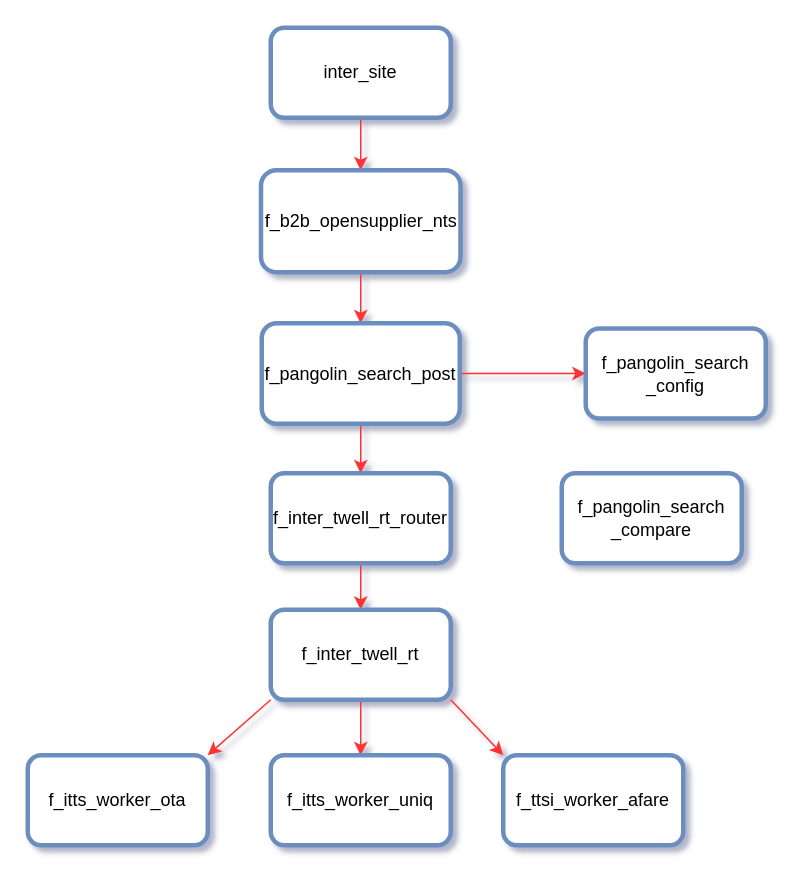
Earlier version of the draw.io diagram 国际报价.drawio (cy22-y/qunar). Source tidied: cells renumbered, new cells numbered last; positions are measured from the earlier drawing's top-left corner, leaving out a move shared by most shapes. Both pictures are drawn from the tidied source at 150%, with x=0, y=0 at pixel (27, 27).
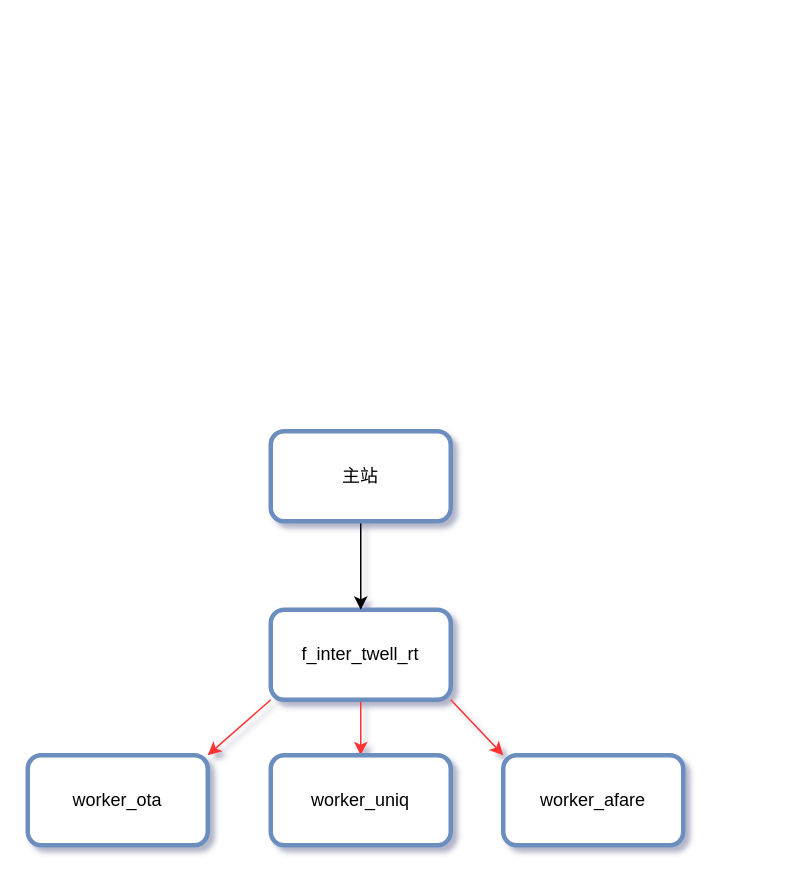
The same diagram, later.

Commit message:
更新国际报价.drawio

Diff of the diagram source:
```diff
@@
 <mxGraphModel shadow="1">
   <root>
     <mxCell id="0" />
     <mxCell id="1" parent="0" />
-    <mxCell id="2" style="edgeStyle=orthogonalEdgeStyle;rounded=1;jettySize=auto;html=1;entryX=0.5;entryY=0;entryDx=0;entryDy=0;fontSize=12;strokeColor=#FF3333;" parent="1" edge="1" source="3" target="5">
-      <mxGeometry relative="1" as="geometry" />
-    </mxCell>
-    <mxCell id="3" value="inter_site" style="rounded=1;whiteSpace=wrap;html=1;strokeWidth=3;strokeColor=#6c8ebf;fillColor=#FFFFFF;" parent="1" vertex="1">
-      <mxGeometry x="162" width="120" height="60" as="geometry" />
-    </mxCell>
-    <mxCell id="4" style="edgeStyle=orthogonalEdgeStyle;rounded=1;jettySize=auto;html=1;entryX=0.5;entryY=0;entryDx=0;entryDy=0;strokeColor=#FF3333;fontSize=12;" parent="1" edge="1" source="5" target="8">
-      <mxGeometry relative="1" as="geometry" />
-    </mxCell>
-    <mxCell id="5" value="&lt;font style=&quot;font-size: 12px;&quot;&gt;f_b2b_opensupplier_nts&lt;/font&gt;" style="rounded=1;whiteSpace=wrap;html=1;strokeWidth=3;strokeColor=#6c8ebf;fillColor=#FFFFFF;" parent="1" vertex="1">
-      <mxGeometry x="155.5" y="95" width="133" height="68" as="geometry" />
-    </mxCell>
-    <mxCell id="6" style="edgeStyle=orthogonalEdgeStyle;rounded=1;jettySize=auto;html=1;entryX=0.5;entryY=0;entryDx=0;entryDy=0;strokeColor=#FF3333;fontSize=12;" parent="1" edge="1" source="8" target="10">
-      <mxGeometry relative="1" as="geometry" />
-    </mxCell>
-    <mxCell id="7" style="edgeStyle=orthogonalEdgeStyle;rounded=0;jettySize=auto;html=1;entryX=0;entryY=0.5;entryDx=0;entryDy=0;strokeColor=#FF3333;" parent="1" edge="1" source="8" target="16">
-      <mxGeometry relative="1" as="geometry" />
-    </mxCell>
-    <mxCell id="8" value="f_pangolin_search_post" style="rounded=1;whiteSpace=wrap;html=1;strokeWidth=3;strokeColor=#6c8ebf;fillColor=#FFFFFF;" parent="1" vertex="1">
-      <mxGeometry x="156" y="197" width="132" height="67" as="geometry" />
-    </mxCell>
-    <mxCell id="9" style="edgeStyle=orthogonalEdgeStyle;rounded=1;jettySize=auto;html=1;entryX=0.5;entryY=0;entryDx=0;entryDy=0;strokeColor=#FF3333;fontSize=12;" parent="1" edge="1" source="10" target="12">
-      <mxGeometry relative="1" as="geometry" />
-    </mxCell>
-    <mxCell id="10" value="f_inter_twell_rt_router" style="rounded=1;whiteSpace=wrap;html=1;strokeWidth=3;strokeColor=#6c8ebf;fillColor=#FFFFFF;" parent="1" vertex="1">
-      <mxGeometry x="162" y="297" width="120" height="60" as="geometry" />
-    </mxCell>
-    <mxCell id="11" style="edgeStyle=orthogonalEdgeStyle;rounded=1;jettySize=auto;html=1;entryX=0.5;entryY=0;entryDx=0;entryDy=0;strokeColor=#FF3333;fontSize=12;" parent="1" edge="1" source="12" target="14">
-      <mxGeometry relative="1" as="geometry" />
-    </mxCell>
+    <mxCell id="20" style="edgeStyle=orthogonalEdgeStyle;rounded=1;jettySize=auto;html=1;entryX=0.5;entryY=0;entryDx=0;entryDy=0;strokeColor=#FF3333;fontSize=12;" parent="1" edge="1" source="12" target="22">
+      <mxGeometry relative="1" as="geometry" />
+    </mxCell>
     <mxCell id="12" value="f_inter_twell_rt" style="rounded=1;whiteSpace=wrap;html=1;strokeWidth=3;strokeColor=#6c8ebf;fillColor=#FFFFFF;" parent="1" vertex="1">
       <mxGeometry x="162" y="388" width="120" height="60" as="geometry" />
     </mxCell>
-    <mxCell id="13" value="f_itts_worker_ota" style="rounded=1;whiteSpace=wrap;html=1;strokeWidth=3;strokeColor=#6c8ebf;fillColor=#FFFFFF;" parent="1" vertex="1">
-      <mxGeometry y="485" width="120" height="60" as="geometry" />
-    </mxCell>
-    <mxCell id="14" value="f_itts_worker_uniq" style="rounded=1;whiteSpace=wrap;html=1;strokeWidth=3;strokeColor=#6c8ebf;fillColor=#FFFFFF;" parent="1" vertex="1">
-      <mxGeometry x="162" y="485" width="120" height="60" as="geometry" />
-    </mxCell>
-    <mxCell id="15" value="f_ttsi_worker_afare" style="rounded=1;whiteSpace=wrap;html=1;strokeWidth=3;strokeColor=#6c8ebf;fillColor=#FFFFFF;" parent="1" vertex="1">
-      <mxGeometry x="317" y="485" width="120" height="60" as="geometry" />
-    </mxCell>
-    <mxCell id="16" value="f_pangolin_search&lt;br&gt;_config" style="rounded=1;whiteSpace=wrap;html=1;strokeWidth=3;strokeColor=#6c8ebf;fillColor=#FFFFFF;" parent="1" vertex="1">
-      <mxGeometry x="372" y="200.5" width="120" height="60" as="geometry" />
-    </mxCell>
-    <mxCell id="17" style="endArrow=classic;html=1;rounded=0;strokeColor=#FF3333;fontSize=12;exitX=0;exitY=1;exitDx=0;exitDy=0;entryX=1;entryY=0;entryDx=0;entryDy=0;" parent="1" edge="1" source="12" target="13">
-      <mxGeometry relative="1" as="geometry" />
-    </mxCell>
-    <mxCell id="18" style="endArrow=classic;html=1;rounded=0;strokeColor=#FF3333;fontSize=12;exitX=1;exitY=1;exitDx=0;exitDy=0;entryX=0;entryY=0;entryDx=0;entryDy=0;" parent="1" edge="1" source="12" target="15">
-      <mxGeometry relative="1" as="geometry" />
-    </mxCell>
-    <mxCell id="19" value="f_pangolin_search&lt;br&gt;_compare" style="rounded=1;whiteSpace=wrap;html=1;strokeWidth=3;strokeColor=#6c8ebf;fillColor=#FFFFFF;" parent="1" vertex="1">
-      <mxGeometry x="356" y="297" width="120" height="60" as="geometry" />
-    </mxCell>
+    <mxCell id="21" value="worker_ota" style="rounded=1;whiteSpace=wrap;html=1;strokeWidth=3;strokeColor=#6c8ebf;fillColor=#FFFFFF;" parent="1" vertex="1">
+      <mxGeometry y="485" width="120" height="60" as="geometry" />
+    </mxCell>
+    <mxCell id="22" value="worker_uniq" style="rounded=1;whiteSpace=wrap;html=1;strokeWidth=3;strokeColor=#6c8ebf;fillColor=#FFFFFF;" parent="1" vertex="1">
+      <mxGeometry x="162" y="485" width="120" height="60" as="geometry" />
+    </mxCell>
+    <mxCell id="23" value="worker_afare" style="rounded=1;whiteSpace=wrap;html=1;strokeWidth=3;strokeColor=#6c8ebf;fillColor=#FFFFFF;" parent="1" vertex="1">
+      <mxGeometry x="317" y="485" width="120" height="60" as="geometry" />
+    </mxCell>
+    <mxCell id="24" style="endArrow=classic;html=1;rounded=0;strokeColor=#FF3333;fontSize=12;exitX=0;exitY=1;exitDx=0;exitDy=0;entryX=1;entryY=0;entryDx=0;entryDy=0;" parent="1" edge="1" source="12" target="21">
+      <mxGeometry relative="1" as="geometry" />
+    </mxCell>
+    <mxCell id="25" style="endArrow=classic;html=1;rounded=0;strokeColor=#FF3333;fontSize=12;exitX=1;exitY=1;exitDx=0;exitDy=0;entryX=0;entryY=0;entryDx=0;entryDy=0;" parent="1" edge="1" source="12" target="23">
+      <mxGeometry relative="1" as="geometry" />
+    </mxCell>
+    <mxCell id="26" style="edgeStyle=orthogonalEdgeStyle;rounded=0;jettySize=auto;html=1;" parent="1" edge="1" source="27" target="12">
+      <mxGeometry relative="1" as="geometry" />
+    </mxCell>
+    <mxCell id="27" value="主站" style="rounded=1;whiteSpace=wrap;html=1;strokeWidth=3;strokeColor=#6c8ebf;fillColor=#FFFFFF;" parent="1" vertex="1">
+      <mxGeometry x="162" y="269" width="120" height="60" as="geometry" />
+    </mxCell>
   </root>
 </mxGraphModel>
```
